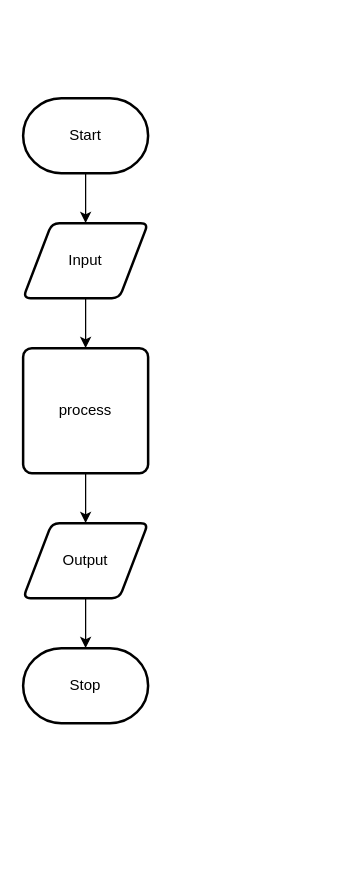
Alex-Nelson-1/ICS2O-UNIT5-01-GUESS-THE-VALUE keeps this draw.io diagram as design/flow-chart.drawio. Above is the earlier version. Source tidied: cells renumbered, new cells numbered last; positions are measured from the earlier drawing's top-left corner, leaving out a move shared by most shapes. Both pictures are drawn from the tidied source at 125%, with x=0, y=0 at pixel (22, 98).
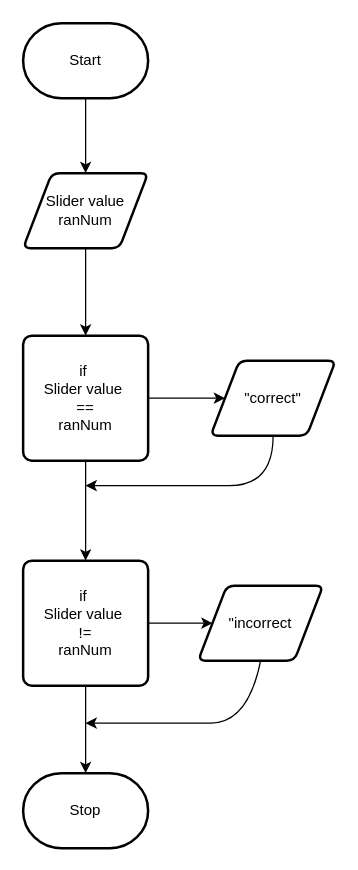
Above is the later version.

Commit message (it also covers changes not shown here):
flow chart and storyboard remade

Change to the diagram source:
```diff
@@
     <mxCell id="3" value="Start" style="strokeWidth=2;html=1;shape=mxgraph.flowchart.terminator;whiteSpace=wrap;" parent="1" vertex="1">
-      <mxGeometry width="100" height="60" as="geometry" />
+      <mxGeometry y="-60" width="100" height="60" as="geometry" />
     </mxCell>
@@
-    <mxCell id="5" value="Input" style="shape=parallelogram;html=1;strokeWidth=2;perimeter=parallelogramPerimeter;whiteSpace=wrap;rounded=1;arcSize=12;size=0.23;" parent="1" vertex="1">
-      <mxGeometry y="100" width="100" height="60" as="geometry" />
+    <mxCell id="5" value="Slider value&lt;br&gt;ranNum" style="shape=parallelogram;html=1;strokeWidth=2;perimeter=parallelogramPerimeter;whiteSpace=wrap;rounded=1;arcSize=12;size=0.23;" parent="1" vertex="1">
+      <mxGeometry y="60" width="100" height="60" as="geometry" />
     </mxCell>
-    <mxCell id="6" style="edgeStyle=none;html=1;" parent="1" edge="1" source="7" target="9">
-      <mxGeometry relative="1" as="geometry" />
-    </mxCell>
+    <mxCell id="11" style="edgeStyle=none;html=1;" parent="1" edge="1" source="7" target="15">
+      <mxGeometry relative="1" as="geometry" />
+    </mxCell>
+    <mxCell id="12" style="edgeStyle=none;html=1;" parent="1" edge="1" source="7" target="16">
+      <mxGeometry relative="1" as="geometry" />
+    </mxCell>
-    <mxCell id="7" value="process" style="rounded=1;whiteSpace=wrap;html=1;absoluteArcSize=1;arcSize=14;strokeWidth=2;" parent="1" vertex="1">
-      <mxGeometry y="200" width="100" height="100" as="geometry" />
+    <mxCell id="7" value="if&amp;nbsp;&lt;br&gt;Slider value&amp;nbsp;&lt;br&gt;==&lt;br&gt;ranNum" style="rounded=1;whiteSpace=wrap;html=1;absoluteArcSize=1;arcSize=14;strokeWidth=2;" parent="1" vertex="1">
+      <mxGeometry y="190" width="100" height="100" as="geometry" />
     </mxCell>
-    <mxCell id="8" style="edgeStyle=none;html=1;" parent="1" edge="1" source="9" target="10">
-      <mxGeometry relative="1" as="geometry" />
-    </mxCell>
-    <mxCell id="9" value="Output" style="shape=parallelogram;html=1;strokeWidth=2;perimeter=parallelogramPerimeter;whiteSpace=wrap;rounded=1;arcSize=12;size=0.23;" parent="1" vertex="1">
-      <mxGeometry y="340" width="100" height="60" as="geometry" />
+    <mxCell id="9" value="&quot;incorrect" style="shape=parallelogram;html=1;strokeWidth=2;perimeter=parallelogramPerimeter;whiteSpace=wrap;rounded=1;arcSize=12;size=0.23;" parent="1" vertex="1">
+      <mxGeometry x="140" y="390" width="100" height="60" as="geometry" />
     </mxCell>
     <mxCell id="10" value="Stop" style="strokeWidth=2;html=1;shape=mxgraph.flowchart.terminator;whiteSpace=wrap;" parent="1" vertex="1">
-      <mxGeometry y="440" width="100" height="60" as="geometry" />
+      <mxGeometry y="540" width="100" height="60" as="geometry" />
     </mxCell>
+    <mxCell id="13" style="edgeStyle=none;html=1;" parent="1" edge="1" source="15" target="9">
+      <mxGeometry relative="1" as="geometry" />
+    </mxCell>
+    <mxCell id="14" style="edgeStyle=none;html=1;" parent="1" edge="1" source="15" target="10">
+      <mxGeometry relative="1" as="geometry" />
+    </mxCell>
+    <mxCell id="15" value="if&amp;nbsp;&lt;br&gt;Slider value&amp;nbsp;&lt;br&gt;!=&lt;br&gt;ranNum" style="rounded=1;whiteSpace=wrap;html=1;absoluteArcSize=1;arcSize=14;strokeWidth=2;" parent="1" vertex="1">
+      <mxGeometry y="370" width="100" height="100" as="geometry" />
+    </mxCell>
+    <mxCell id="16" value="&quot;correct&quot;" style="shape=parallelogram;html=1;strokeWidth=2;perimeter=parallelogramPerimeter;whiteSpace=wrap;rounded=1;arcSize=12;size=0.23;" parent="1" vertex="1">
+      <mxGeometry x="150" y="210" width="100" height="60" as="geometry" />
+    </mxCell>
+    <mxCell id="17" style="curved=1;endArrow=classic;html=1;exitX=0.5;exitY=1;exitDx=0;exitDy=0;" parent="1" edge="1" source="16">
+      <mxGeometry relative="1" as="geometry">
+        <mxPoint x="50" y="310" as="targetPoint" />
+        <Array as="points">
+          <mxPoint x="200" y="310" />
+          <mxPoint x="130" y="310" />
+        </Array>
+      </mxGeometry>
+    </mxCell>
+    <mxCell id="18" style="curved=1;endArrow=classic;html=1;exitX=0.5;exitY=1;exitDx=0;exitDy=0;" parent="1" edge="1" source="9">
+      <mxGeometry relative="1" as="geometry">
+        <mxPoint x="50" y="500" as="targetPoint" />
+        <Array as="points">
+          <mxPoint x="180" y="500" />
+          <mxPoint x="120" y="500" />
+        </Array>
+      </mxGeometry>
+    </mxCell>
```
